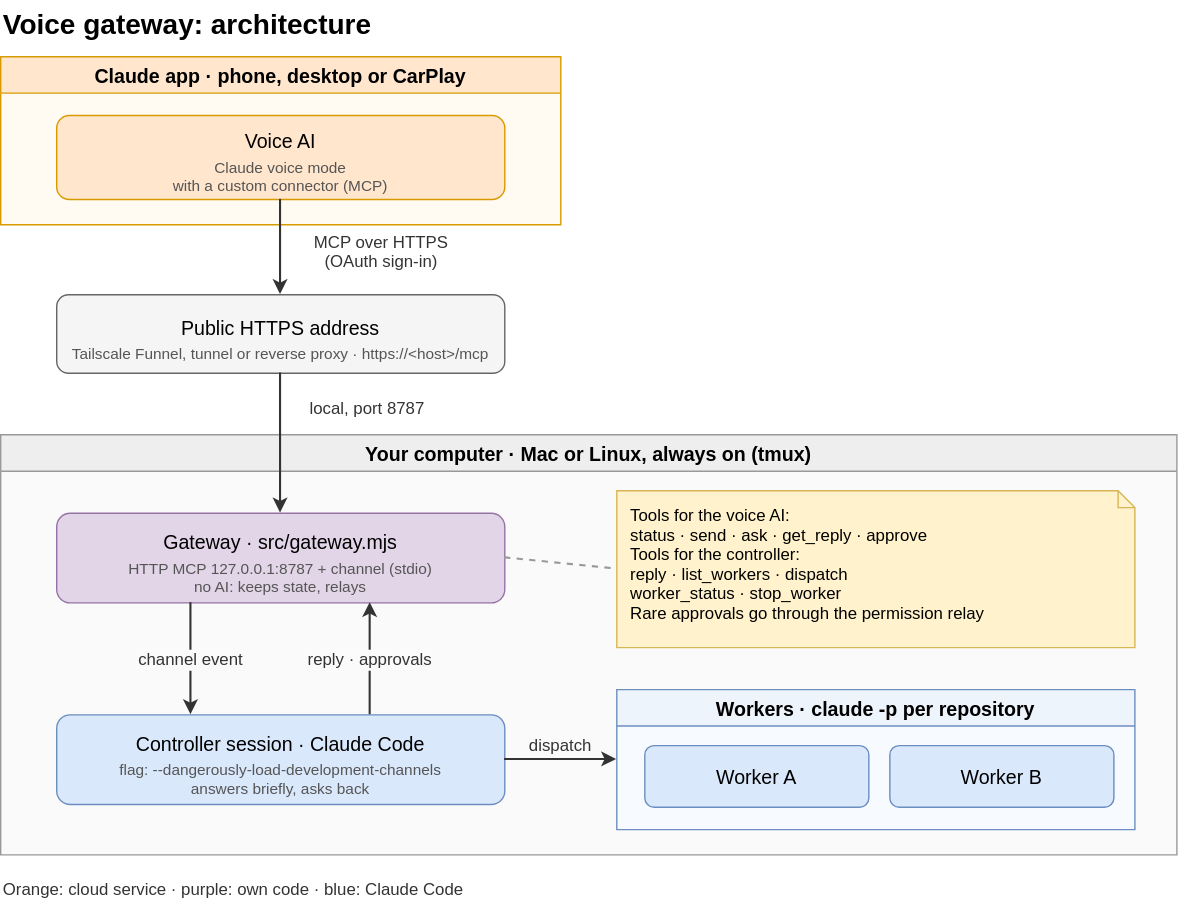
The draw.io diagram docs/architecture.drawio.svg in alderg/cc-voice-gateway, before a commit. Source tidied: cells renumbered, new cells last; positions are measured from the earlier drawing's top-left corner, leaving out a move shared by most shapes.
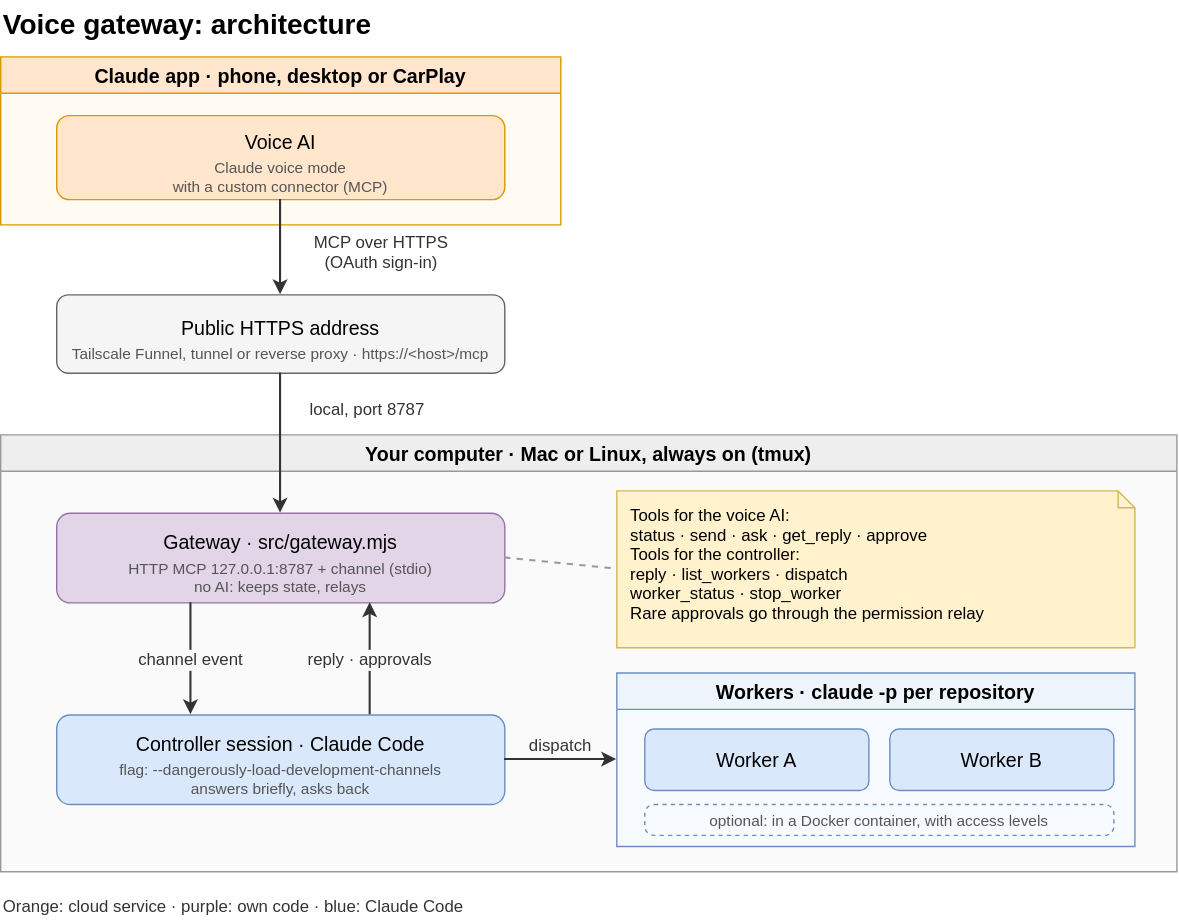
The same file after the commit.

Change to the diagram source:
```diff
@@ -21,7 +21,7 @@
       <mxGeometry y="31.3" width="320" height="13.2" as="geometry" />
     </mxCell>
     <mxCell id="8" value="Your computer · Mac or Linux, always on (tmux)" style="swimlane;startSize=26;html=0;fontSize=14;fontStyle=1;fillColor=#eeeeee;strokeColor=#999999;swimlaneFillColor=#fafafa;rounded=0;" parent="1" vertex="1">
-      <mxGeometry y="310" width="840" height="300" as="geometry" />
+      <mxGeometry y="310" width="840" height="312" as="geometry" />
     </mxCell>
     <mxCell id="9" value="Gateway · src/gateway.mjs" style="rounded=1;html=0;fontSize=14;fillColor=#e1d5e7;strokeColor=#9673a6;fontStyle=0;verticalAlign=top;spacingTop=6.9;" parent="8" vertex="1">
       <mxGeometry x="40" y="56" width="320" height="64" as="geometry" />
@@ -39,7 +39,7 @@
       <mxGeometry x="440" y="40" width="370" height="112" as="geometry" />
     </mxCell>
     <mxCell id="14" value="Workers · claude -p per repository" style="swimlane;startSize=26;html=0;fontSize=14;fontStyle=1;fillColor=#eef4fc;strokeColor=#6c8ebf;swimlaneFillColor=#f7fbff;rounded=0;" parent="8" vertex="1">
-      <mxGeometry x="440" y="182" width="370" height="100" as="geometry" />
+      <mxGeometry x="440" y="170" width="370" height="124" as="geometry" />
     </mxCell>
     <mxCell id="15" value="Worker A" style="rounded=1;html=0;fontSize=14;fillColor=#dae8fc;strokeColor=#6c8ebf;fontStyle=0;" parent="14" vertex="1">
       <mxGeometry x="20" y="40" width="160" height="44" as="geometry" />
@@ -47,8 +47,11 @@
     <mxCell id="16" value="Worker B" style="rounded=1;html=0;fontSize=14;fillColor=#dae8fc;strokeColor=#6c8ebf;fontStyle=0;" parent="14" vertex="1">
       <mxGeometry x="195" y="40" width="160" height="44" as="geometry" />
     </mxCell>
+    <mxCell id="24" value="optional: in a Docker container, with access levels" style="rounded=1;html=0;fontSize=11;fontColor=#555555;fillColor=none;strokeColor=#6c8ebf;dashed=1;arcSize=30;" parent="14" vertex="1">
+      <mxGeometry x="20" y="94" width="335" height="22" as="geometry" />
+    </mxCell>
     <mxCell id="17" value="Orange: cloud service · purple: own code · blue: Claude Code" style="text;html=0;fontSize=12;align=left;verticalAlign=middle;strokeColor=none;fillColor=none;fontStyle=0;fontColor=#333333;" parent="1" vertex="1">
-      <mxGeometry y="622" width="840" height="24" as="geometry" />
+      <mxGeometry y="634" width="840" height="24" as="geometry" />
     </mxCell>
     <mxCell id="18" value="MCP over HTTPS&#10;(OAuth sign-in)" style="edgeStyle=none;rounded=0;html=0;endArrow=classic;endFill=1;startArrow=none;strokeColor=#333333;strokeWidth=1.5;fontSize=12;fontColor=#333333;labelBackgroundColor=#ffffff;exitX=0.5;exitY=1;exitDx=0;exitDy=0;entryX=0.5;entryY=0;entryDx=0;entryDy=0;" parent="1" edge="1" source="4" target="6">
       <mxGeometry x="0.1" relative="1" as="geometry">
```
